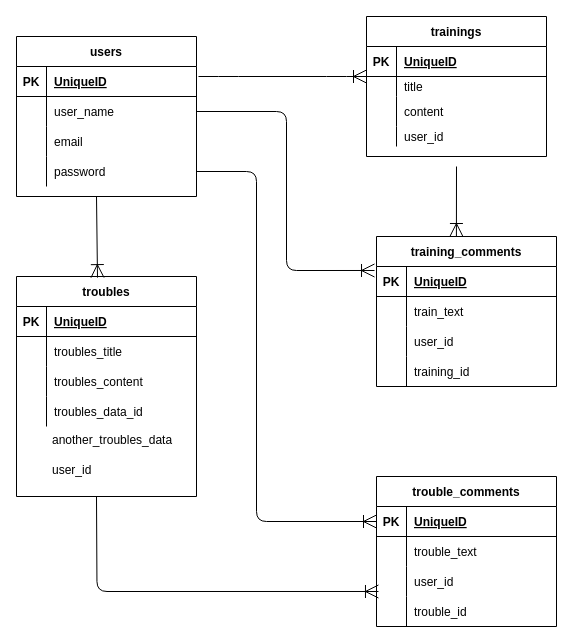
Before: test.dio in matsu006007/share_training, a draw.io diagram. Source tidied: cells renumbered, new cells numbered last; positions are measured from the earlier drawing's top-left corner, leaving out a move shared by most shapes. Both pictures are drawn from the tidied source at 100%, with x=0, y=0 at pixel (16, 16).
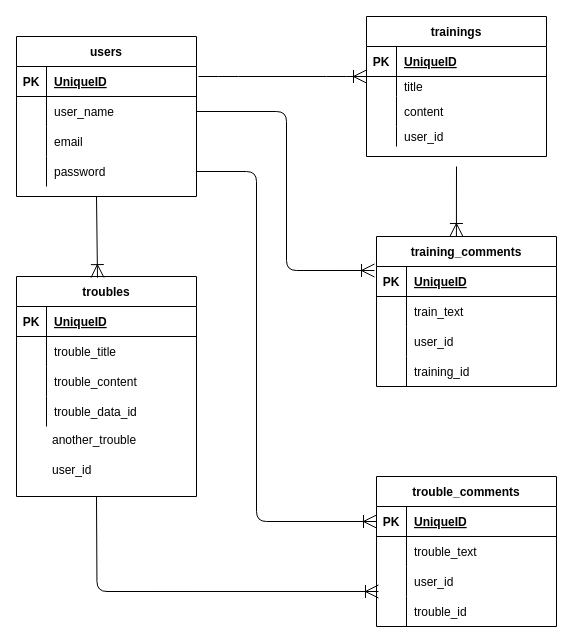
After the change.

The change refers to these unchanged cells:
```xml
<mxCell id="19" style="shape=partialRectangle;fillColor=none;top=0;left=0;bottom=0;right=0;" parent="15" vertex="1">
  <mxGeometry y="60" width="180" height="30" as="geometry" />
</mxCell>
<mxCell id="22" style="shape=partialRectangle;fillColor=none;top=0;left=0;bottom=0;right=0;" parent="15" vertex="1">
  <mxGeometry y="90" width="180" height="30" as="geometry" />
</mxCell>
<mxCell id="25" style="shape=partialRectangle;fillColor=none;top=0;left=0;bottom=0;right=0;" parent="15" vertex="1">
  <mxGeometry y="120" width="180" height="30" as="geometry" />
</mxCell>
```

What changed in the source:
```diff
@@
-    <mxCell id="21" value="troubles_title" style="shape=partialRectangle;fillColor=none;top=0;left=0;bottom=0;right=0;align=left;spacingLeft=6;overflow=hidden;" parent="19" vertex="1">
+    <mxCell id="21" value="trouble_title" style="shape=partialRectangle;fillColor=none;top=0;left=0;bottom=0;right=0;align=left;spacingLeft=6;overflow=hidden;" parent="19" vertex="1">
       <mxGeometry x="30" width="150" height="30" as="geometry" />
     </mxCell>
@@
-    <mxCell id="24" value="troubles_content" style="shape=partialRectangle;fillColor=none;top=0;left=0;bottom=0;right=0;align=left;spacingLeft=6;overflow=hidden;" parent="22" vertex="1">
+    <mxCell id="24" value="trouble_content" style="shape=partialRectangle;fillColor=none;top=0;left=0;bottom=0;right=0;align=left;spacingLeft=6;overflow=hidden;" parent="22" vertex="1">
       <mxGeometry x="30" width="150" height="30" as="geometry" />
     </mxCell>
@@
-    <mxCell id="27" value="troubles_data_id" style="shape=partialRectangle;fillColor=none;top=0;left=0;bottom=0;right=0;align=left;spacingLeft=6;overflow=hidden;" parent="25" vertex="1">
+    <mxCell id="27" value="trouble_data_id" style="shape=partialRectangle;fillColor=none;top=0;left=0;bottom=0;right=0;align=left;spacingLeft=6;overflow=hidden;" parent="25" vertex="1">
       <mxGeometry x="30" width="150" height="30" as="geometry" />
     </mxCell>
-    <mxCell id="28" value="another_troubles_data" style="text;strokeColor=none;fillColor=none;spacingLeft=4;spacingRight=4;overflow=hidden;fontSize=12;" parent="1" vertex="1">
+    <mxCell id="28" value="another_trouble" style="text;strokeColor=none;fillColor=none;spacingLeft=4;spacingRight=4;overflow=hidden;fontSize=12;" parent="1" vertex="1">
       <mxGeometry x="30" y="410" width="130" height="30" as="geometry" />
     </mxCell>
```
